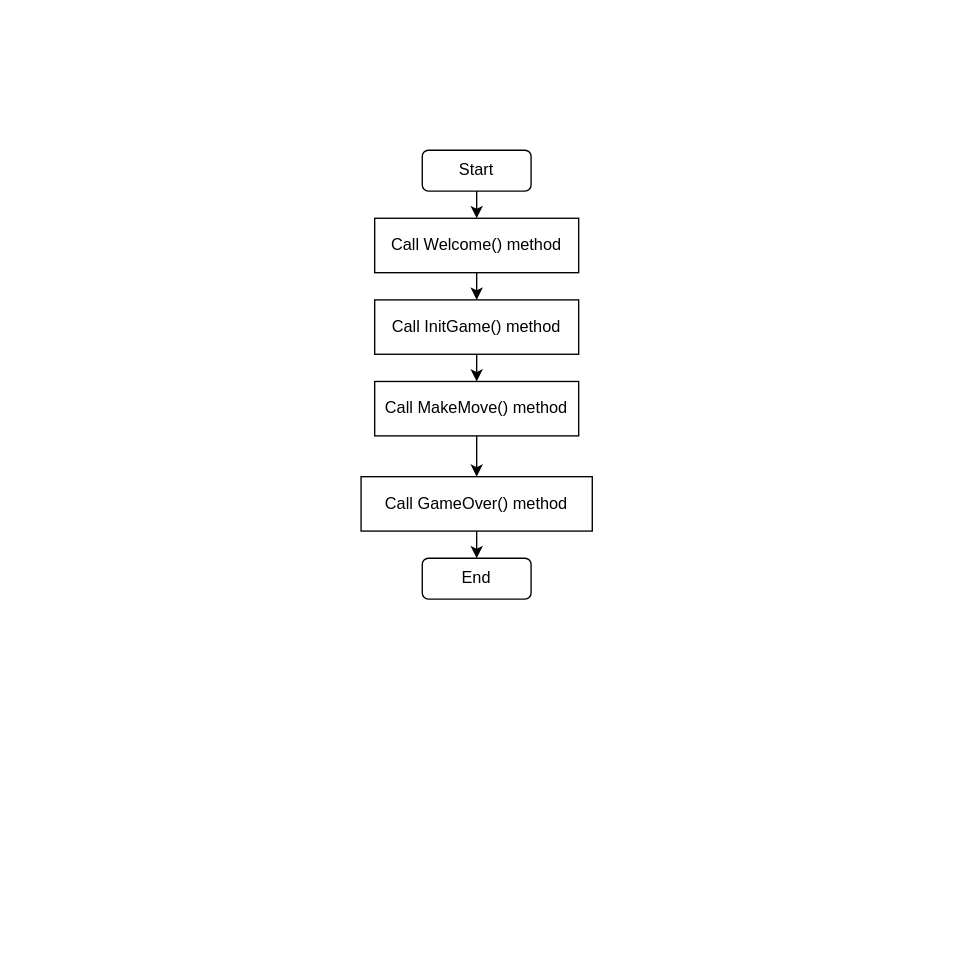
Above: guess_the_number/BlockDiagram/Base.drawio in AbubakirovRA/Homework-HelloCode (draw.io), before the change. Source tidied: cells renumbered, new cells numbered last; positions are measured from the earlier drawing's top-left corner, leaving out a move shared by most shapes. Both pictures are drawn from the tidied source at 136%, with x=0, y=0 at pixel (360, 150).
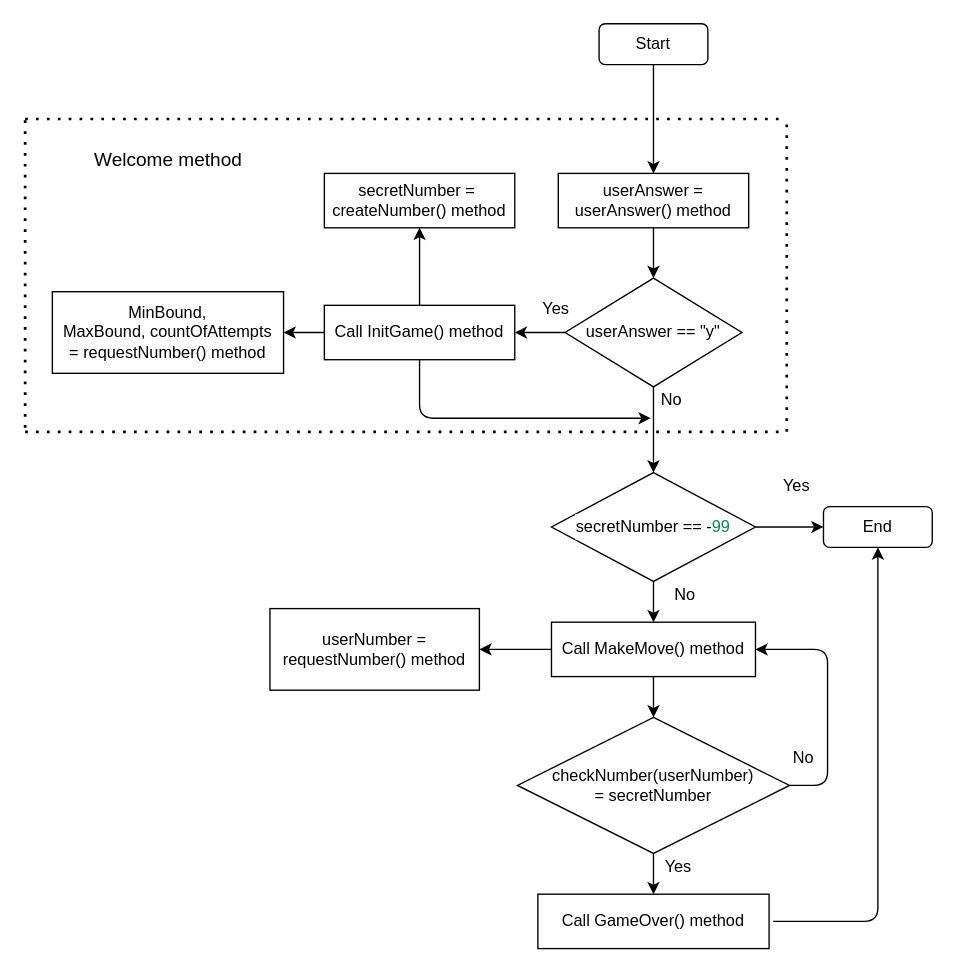
The same page after the edit.

Commit message (it also covers changes not shown here):
add diagramm base  change

What changed in the source:
```diff
@@
-    <mxCell id="2" style="edgeStyle=none;html=1;entryX=0.5;entryY=0;entryDx=0;entryDy=0;" parent="1" edge="1" source="3" target="5">
-      <mxGeometry relative="1" as="geometry" />
-    </mxCell>
+    <mxCell id="13" style="edgeStyle=none;html=1;entryX=0.5;entryY=0;entryDx=0;entryDy=0;" parent="1" edge="1" source="3" target="33">
+      <mxGeometry relative="1" as="geometry" />
+    </mxCell>
     <mxCell id="3" value="Start" style="rounded=1;whiteSpace=wrap;html=1;" parent="1" vertex="1">
-      <mxGeometry x="45" width="80" height="30" as="geometry" />
+      <mxGeometry x="175" y="-93" width="80" height="30" as="geometry" />
     </mxCell>
-    <mxCell id="4" style="edgeStyle=none;html=1;entryX=0.5;entryY=0;entryDx=0;entryDy=0;" parent="1" edge="1" source="5" target="7">
-      <mxGeometry relative="1" as="geometry" />
-    </mxCell>
-    <mxCell id="5" value="Call Welcome() method" style="rounded=0;whiteSpace=wrap;html=1;" parent="1" vertex="1">
-      <mxGeometry x="10" y="50" width="150" height="40" as="geometry" />
-    </mxCell>
-    <mxCell id="6" style="edgeStyle=none;html=1;entryX=0.5;entryY=0;entryDx=0;entryDy=0;" parent="1" edge="1" source="7" target="9">
-      <mxGeometry relative="1" as="geometry" />
-    </mxCell>
+    <mxCell id="14" style="edgeStyle=none;html=1;" parent="1" edge="1" source="7" target="21">
+      <mxGeometry relative="1" as="geometry" />
+    </mxCell>
+    <mxCell id="15" style="edgeStyle=none;html=1;exitX=0.5;exitY=1;exitDx=0;exitDy=0;" parent="1" edge="1" source="7">
+      <mxGeometry relative="1" as="geometry">
+        <mxPoint x="213" y="197" as="targetPoint" />
+        <Array as="points">
+          <mxPoint x="43" y="197" />
+        </Array>
+      </mxGeometry>
+    </mxCell>
+    <mxCell id="16" style="edgeStyle=none;html=1;" parent="1" edge="1" source="7" target="20">
+      <mxGeometry relative="1" as="geometry" />
+    </mxCell>
     <mxCell id="7" value="Call InitGame() method" style="rounded=0;whiteSpace=wrap;html=1;" parent="1" vertex="1">
-      <mxGeometry x="10" y="110" width="150" height="40" as="geometry" />
+      <mxGeometry x="-27" y="114" width="140" height="40" as="geometry" />
     </mxCell>
-    <mxCell id="8" style="edgeStyle=none;html=1;entryX=0.5;entryY=0;entryDx=0;entryDy=0;" parent="1" edge="1" source="9" target="11">
-      <mxGeometry relative="1" as="geometry" />
-    </mxCell>
+    <mxCell id="17" style="edgeStyle=none;html=1;" parent="1" edge="1" source="9" target="41">
+      <mxGeometry relative="1" as="geometry" />
+    </mxCell>
+    <mxCell id="18" style="edgeStyle=none;html=1;" parent="1" edge="1" source="9" target="44">
+      <mxGeometry relative="1" as="geometry" />
+    </mxCell>
     <mxCell id="9" value="&lt;font style=&quot;font-size: 12px&quot;&gt;Call&amp;nbsp;&lt;span style=&quot;background-color: rgb(255 , 255 , 255)&quot;&gt;MakeMove()&lt;/span&gt;&lt;span&gt;&amp;nbsp;method&lt;/span&gt;&lt;/font&gt;" style="rounded=0;whiteSpace=wrap;html=1;" parent="1" vertex="1">
-      <mxGeometry x="10" y="170" width="150" height="40" as="geometry" />
+      <mxGeometry x="140" y="347" width="150" height="40" as="geometry" />
     </mxCell>
-    <mxCell id="10" style="edgeStyle=none;html=1;entryX=0.5;entryY=0;entryDx=0;entryDy=0;" parent="1" edge="1" source="11" target="12">
-      <mxGeometry relative="1" as="geometry" />
-    </mxCell>
+    <mxCell id="19" style="edgeStyle=none;html=1;entryX=0.5;entryY=1;entryDx=0;entryDy=0;" parent="1" edge="1" target="12">
+      <mxGeometry relative="1" as="geometry">
+        <mxPoint x="303" y="567" as="sourcePoint" />
+        <Array as="points">
+          <mxPoint x="380" y="567" />
+        </Array>
+      </mxGeometry>
+    </mxCell>
     <mxCell id="11" value="&lt;font&gt;Call&amp;nbsp;&lt;span style=&quot;background-color: rgb(255 , 255 , 255)&quot;&gt;&lt;font style=&quot;font-size: 12px&quot;&gt;GameOver&lt;/font&gt;&lt;/span&gt;&lt;/font&gt;&lt;span style=&quot;background-color: rgb(255 , 255 , 255)&quot;&gt;()&lt;/span&gt;&lt;span&gt;&amp;nbsp;method&lt;/span&gt;" style="rounded=0;whiteSpace=wrap;html=1;" parent="1" vertex="1">
-      <mxGeometry y="240" width="170" height="40" as="geometry" />
+      <mxGeometry x="130" y="547" width="170" height="40" as="geometry" />
     </mxCell>
     <mxCell id="12" value="End" style="rounded=1;whiteSpace=wrap;html=1;" parent="1" vertex="1">
-      <mxGeometry x="45" y="300" width="80" height="30" as="geometry" />
+      <mxGeometry x="340" y="262" width="80" height="30" as="geometry" />
     </mxCell>
+    <mxCell id="20" value="&lt;font style=&quot;font-size: 12px&quot;&gt;secretNumber =&amp;nbsp; createNumber&lt;span style=&quot;background-color: rgb(255 , 255 , 255)&quot;&gt;()&lt;/span&gt;&lt;span&gt;&amp;nbsp;method&lt;/span&gt;&lt;/font&gt;" style="rounded=0;whiteSpace=wrap;html=1;" parent="1" vertex="1">
+      <mxGeometry x="-27" y="17" width="140" height="40" as="geometry" />
+    </mxCell>
+    <mxCell id="21" value="&lt;font style=&quot;font-size: 12px&quot;&gt;MinBound, MaxBound,&amp;nbsp;&lt;span style=&quot;background-color: rgb(255 , 255 , 255)&quot;&gt;countOfAttempts&lt;/span&gt;&lt;br&gt;=&amp;nbsp;requestNumber&lt;span style=&quot;background-color: rgb(255 , 255 , 255)&quot;&gt;()&lt;/span&gt;&lt;span&gt;&amp;nbsp;method&lt;/span&gt;&lt;/font&gt;" style="rounded=0;whiteSpace=wrap;html=1;" parent="1" vertex="1">
+      <mxGeometry x="-227" y="104" width="170" height="60" as="geometry" />
+    </mxCell>
+    <mxCell id="22" style="edgeStyle=none;html=1;" parent="1" edge="1" source="24" target="12">
+      <mxGeometry relative="1" as="geometry" />
+    </mxCell>
+    <mxCell id="23" style="edgeStyle=none;html=1;" parent="1" edge="1" source="24" target="9">
+      <mxGeometry relative="1" as="geometry" />
+    </mxCell>
+    <mxCell id="24" value="&lt;div style=&quot;background-color: rgb(255 , 255 , 255) ; line-height: 19px&quot;&gt;&lt;font style=&quot;font-size: 12px&quot;&gt;secretNumber == -&lt;span style=&quot;color: rgb(9 , 134 , 88)&quot;&gt;99&lt;/span&gt;&lt;/font&gt;&lt;/div&gt;" style="rhombus;whiteSpace=wrap;html=1;rounded=0;" parent="1" vertex="1">
+      <mxGeometry x="140" y="237" width="150" height="80" as="geometry" />
+    </mxCell>
+    <mxCell id="25" value="Yes" style="text;html=1;align=center;verticalAlign=middle;strokeColor=none;" parent="1" vertex="1">
+      <mxGeometry x="300" y="237" width="40" height="20" as="geometry" />
+    </mxCell>
+    <mxCell id="26" value="No" style="text;html=1;align=center;verticalAlign=middle;strokeColor=none;" parent="1" vertex="1">
+      <mxGeometry x="223" y="317" width="30" height="20" as="geometry" />
+    </mxCell>
+    <mxCell id="27" style="edgeStyle=none;html=1;" parent="1" edge="1" source="29" target="24">
+      <mxGeometry relative="1" as="geometry" />
+    </mxCell>
+    <mxCell id="28" style="edgeStyle=none;html=1;" parent="1" edge="1" source="29" target="7">
+      <mxGeometry relative="1" as="geometry" />
+    </mxCell>
+    <mxCell id="29" value="&lt;span&gt;userAnswer == &quot;y&quot;&lt;/span&gt;" style="rhombus;whiteSpace=wrap;html=1;rounded=0;" parent="1" vertex="1">
+      <mxGeometry x="150" y="94" width="130" height="80" as="geometry" />
+    </mxCell>
+    <mxCell id="30" value="No" style="text;html=1;align=center;verticalAlign=middle;strokeColor=none;" parent="1" vertex="1">
+      <mxGeometry x="213" y="174" width="30" height="20" as="geometry" />
+    </mxCell>
+    <mxCell id="31" value="Yes" style="text;html=1;align=center;verticalAlign=middle;strokeColor=none;" parent="1" vertex="1">
+      <mxGeometry x="123" y="107" width="40" height="20" as="geometry" />
+    </mxCell>
+    <mxCell id="32" style="edgeStyle=none;html=1;entryX=0.5;entryY=0;entryDx=0;entryDy=0;" parent="1" edge="1" source="33" target="29">
+      <mxGeometry relative="1" as="geometry" />
+    </mxCell>
+    <mxCell id="33" value="userAnswer = userAnswer() method" style="rounded=0;whiteSpace=wrap;html=1;" parent="1" vertex="1">
+      <mxGeometry x="145" y="17" width="140" height="40" as="geometry" />
+    </mxCell>
+    <mxCell id="34" style="endArrow=none;dashed=1;html=1;dashPattern=1 3;strokeWidth=2;" parent="1" edge="1">
+      <mxGeometry relative="1" as="geometry">
+        <mxPoint x="-247" y="207" as="sourcePoint" />
+        <mxPoint x="313" y="207" as="targetPoint" />
+      </mxGeometry>
+    </mxCell>
+    <mxCell id="35" style="endArrow=none;dashed=1;html=1;dashPattern=1 3;strokeWidth=2;" parent="1" edge="1">
+      <mxGeometry relative="1" as="geometry">
+        <mxPoint x="313" y="207" as="sourcePoint" />
+        <mxPoint x="313" y="-23" as="targetPoint" />
+      </mxGeometry>
+    </mxCell>
+    <mxCell id="36" style="endArrow=none;dashed=1;html=1;dashPattern=1 3;strokeWidth=2;" parent="1" edge="1">
+      <mxGeometry relative="1" as="geometry">
+        <mxPoint x="-247" y="-23" as="sourcePoint" />
+        <mxPoint x="313" y="-23" as="targetPoint" />
+      </mxGeometry>
+    </mxCell>
+    <mxCell id="37" style="endArrow=none;dashed=1;html=1;dashPattern=1 3;strokeWidth=2;" parent="1" edge="1">
+      <mxGeometry relative="1" as="geometry">
+        <mxPoint x="-247" y="204" as="sourcePoint" />
+        <mxPoint x="-247" y="-23" as="targetPoint" />
+      </mxGeometry>
+    </mxCell>
+    <mxCell id="38" value="&lt;font style=&quot;font-size: 14px&quot;&gt;Welcome method&lt;/font&gt;" style="text;html=1;align=center;verticalAlign=middle;strokeColor=none;" parent="1" vertex="1">
+      <mxGeometry x="-202" y="-3" width="120" height="20" as="geometry" />
+    </mxCell>
+    <mxCell id="39" style="edgeStyle=none;html=1;" parent="1" edge="1" source="41" target="11">
+      <mxGeometry relative="1" as="geometry" />
+    </mxCell>
+    <mxCell id="40" style="edgeStyle=none;html=1;entryX=1;entryY=0.5;entryDx=0;entryDy=0;exitX=1;exitY=0.5;exitDx=0;exitDy=0;" parent="1" edge="1" source="41" target="9">
+      <mxGeometry relative="1" as="geometry">
+        <Array as="points">
+          <mxPoint x="343" y="467" />
+          <mxPoint x="343" y="367" />
+        </Array>
+      </mxGeometry>
+    </mxCell>
+    <mxCell id="41" value="checkNumber(userNumber)&lt;br&gt;= secretNumber" style="rhombus;whiteSpace=wrap;html=1;rounded=0;" parent="1" vertex="1">
+      <mxGeometry x="115" y="417" width="200" height="100" as="geometry" />
+    </mxCell>
+    <mxCell id="42" value="Yes" style="text;html=1;align=center;verticalAlign=middle;strokeColor=none;" parent="1" vertex="1">
+      <mxGeometry x="213" y="517" width="40" height="20" as="geometry" />
+    </mxCell>
+    <mxCell id="43" value="No" style="text;html=1;align=center;verticalAlign=middle;strokeColor=none;" parent="1" vertex="1">
+      <mxGeometry x="310" y="437" width="30" height="20" as="geometry" />
+    </mxCell>
+    <mxCell id="44" value="&lt;font style=&quot;font-size: 12px&quot;&gt;userNumber = requestNumber&lt;span style=&quot;background-color: rgb(255 , 255 , 255)&quot;&gt;()&lt;/span&gt;&lt;span&gt;&amp;nbsp;method&lt;/span&gt;&lt;/font&gt;" style="rounded=0;whiteSpace=wrap;html=1;" parent="1" vertex="1">
+      <mxGeometry x="-67" y="337" width="154" height="60" as="geometry" />
+    </mxCell>
```
